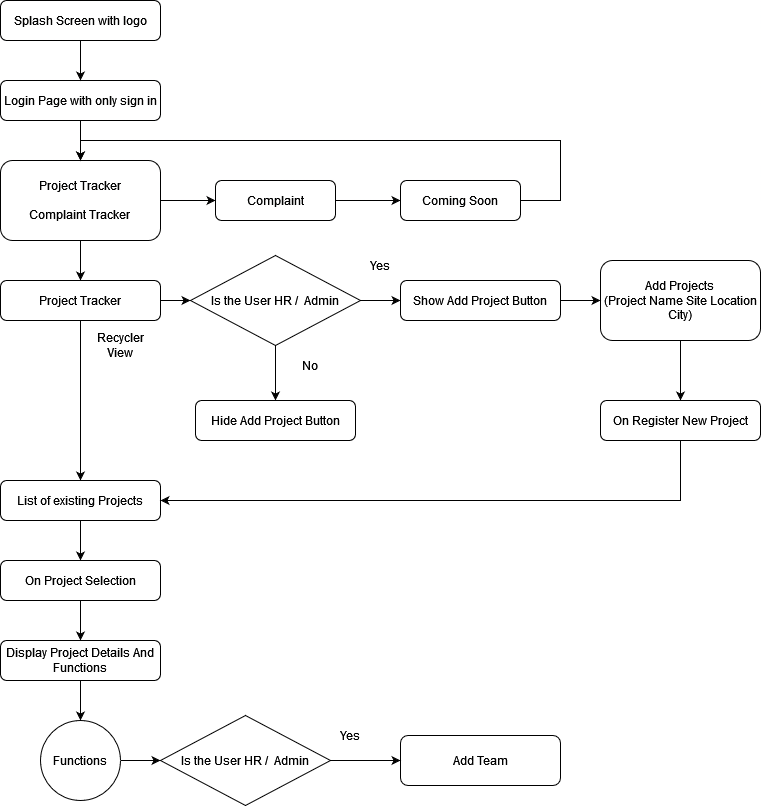
Earlier version of the draw.io export DFD.drawio.png (Flutech-cmr/DataFlowDiagrams). Source tidied: cells renumbered, new cells last; positions are measured from the earlier drawing's top-left corner, leaving out a move shared by most shapes.
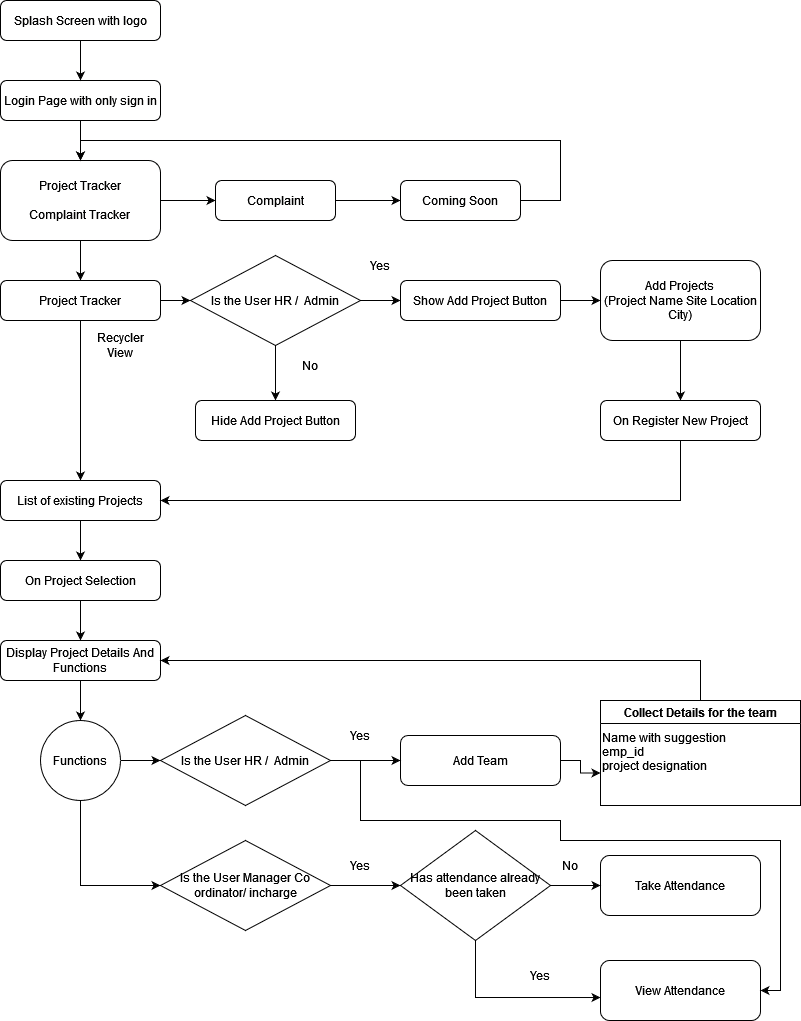
Later version of the same file.

Diff of the diagram source:
```diff
@@ -113,9 +113,19 @@
     <mxCell id="36" style="edgeStyle=orthogonalEdgeStyle;rounded=0;jettySize=auto;html=1;" parent="1" edge="1" source="37" target="40">
       <mxGeometry relative="1" as="geometry" />
     </mxCell>
+    <mxCell id="42" style="edgeStyle=orthogonalEdgeStyle;rounded=0;jettySize=auto;html=1;entryX=0;entryY=0.5;entryDx=0;entryDy=0;" parent="1" edge="1" source="37" target="48">
+      <mxGeometry relative="1" as="geometry">
+        <Array as="points">
+          <mxPoint x="80" y="885" />
+        </Array>
+      </mxGeometry>
+    </mxCell>
     <mxCell id="37" value="Functions" style="ellipse;whiteSpace=wrap;html=1;" parent="1" vertex="1">
       <mxGeometry x="40" y="720" width="80" height="80" as="geometry" />
     </mxCell>
+    <mxCell id="43" style="edgeStyle=orthogonalEdgeStyle;rounded=0;jettySize=auto;html=1;" parent="1" edge="1" source="38" target="46">
+      <mxGeometry relative="1" as="geometry" />
+    </mxCell>
     <mxCell id="38" value="Add Team" style="rounded=1;whiteSpace=wrap;html=1;" parent="1" vertex="1">
       <mxGeometry x="400" y="735" width="160" height="50" as="geometry" />
     </mxCell>
@@ -126,7 +136,65 @@
       <mxGeometry x="160" y="715" width="170" height="90" as="geometry" />
     </mxCell>
     <mxCell id="41" value="Yes" style="text;html=1;strokeColor=none;fillColor=none;align=center;verticalAlign=middle;whiteSpace=wrap;rounded=0;" parent="1" vertex="1">
-      <mxGeometry x="320" y="720" width="60" height="30" as="geometry" />
+      <mxGeometry x="330" y="720" width="60" height="30" as="geometry" />
     </mxCell>
+    <mxCell id="44" style="edgeStyle=orthogonalEdgeStyle;rounded=0;jettySize=auto;html=1;exitX=0.5;exitY=0;exitDx=0;exitDy=0;entryX=1;entryY=0.5;entryDx=0;entryDy=0;" parent="1" edge="1" source="45" target="34">
+      <mxGeometry relative="1" as="geometry" />
+    </mxCell>
+    <mxCell id="45" value="Collect Details for the team" style="swimlane;" parent="1" vertex="1">
+      <mxGeometry x="600" y="700" width="200" height="105" as="geometry" />
+    </mxCell>
+    <mxCell id="46" value="&lt;div align=&quot;left&quot;&gt;Name with suggestion&lt;/div&gt;&lt;div align=&quot;left&quot;&gt;emp_id&lt;/div&gt;&lt;div align=&quot;left&quot;&gt;project designation&lt;/div&gt;&lt;div align=&quot;left&quot;&gt;&lt;br&gt;&lt;/div&gt;&lt;div align=&quot;left&quot;&gt;&lt;br&gt;&lt;/div&gt;&lt;div align=&quot;left&quot;&gt;&lt;br&gt;&lt;/div&gt;" style="text;html=1;strokeColor=none;fillColor=none;align=left;verticalAlign=middle;whiteSpace=wrap;rounded=0;" parent="45" vertex="1">
+      <mxGeometry y="25" width="200" height="95" as="geometry" />
+    </mxCell>
+    <mxCell id="47" style="edgeStyle=orthogonalEdgeStyle;rounded=0;jettySize=auto;html=1;" parent="1" edge="1" source="48">
+      <mxGeometry relative="1" as="geometry">
+        <mxPoint x="400" y="885" as="targetPoint" />
+      </mxGeometry>
+    </mxCell>
+    <mxCell id="48" value="Is the User Manager Co ordinator/ incharge" style="rhombus;whiteSpace=wrap;html=1;" parent="1" vertex="1">
+      <mxGeometry x="160" y="840" width="170" height="90" as="geometry" />
+    </mxCell>
+    <mxCell id="49" value="Yes" style="text;html=1;strokeColor=none;fillColor=none;align=center;verticalAlign=middle;whiteSpace=wrap;rounded=0;" parent="1" vertex="1">
+      <mxGeometry x="330" y="850" width="60" height="30" as="geometry" />
+    </mxCell>
+    <mxCell id="50" value="Take Attendance" style="rounded=1;whiteSpace=wrap;html=1;" parent="1" vertex="1">
+      <mxGeometry x="600" y="855" width="160" height="60" as="geometry" />
+    </mxCell>
+    <mxCell id="51" style="edgeStyle=orthogonalEdgeStyle;rounded=0;jettySize=auto;html=1;" parent="1" edge="1" source="53" target="50">
+      <mxGeometry relative="1" as="geometry" />
+    </mxCell>
+    <mxCell id="52" style="edgeStyle=orthogonalEdgeStyle;rounded=0;jettySize=auto;html=1;entryX=0;entryY=0.617;entryDx=0;entryDy=0;entryPerimeter=0;" parent="1" edge="1" source="53" target="55">
+      <mxGeometry relative="1" as="geometry">
+        <Array as="points">
+          <mxPoint x="475" y="997" />
+        </Array>
+      </mxGeometry>
+    </mxCell>
+    <mxCell id="53" value="Has attendance already been taken" style="rhombus;whiteSpace=wrap;html=1;" parent="1" vertex="1">
+      <mxGeometry x="400" y="830" width="150" height="110" as="geometry" />
+    </mxCell>
+    <mxCell id="54" value="No" style="text;html=1;strokeColor=none;fillColor=none;align=center;verticalAlign=middle;whiteSpace=wrap;rounded=0;" parent="1" vertex="1">
+      <mxGeometry x="540" y="850" width="60" height="30" as="geometry" />
+    </mxCell>
+    <mxCell id="55" value="View Attendance" style="rounded=1;whiteSpace=wrap;html=1;" parent="1" vertex="1">
+      <mxGeometry x="600" y="960" width="160" height="60" as="geometry" />
+    </mxCell>
+    <mxCell id="56" value="Yes" style="text;html=1;strokeColor=none;fillColor=none;align=center;verticalAlign=middle;whiteSpace=wrap;rounded=0;" parent="1" vertex="1">
+      <mxGeometry x="510" y="960" width="60" height="30" as="geometry" />
+    </mxCell>
+    <mxCell id="57" style="endArrow=classic;html=1;rounded=0;entryX=1;entryY=0.5;entryDx=0;entryDy=0;" parent="1" edge="1" target="55">
+      <mxGeometry relative="1" as="geometry">
+        <mxPoint x="360" y="760" as="sourcePoint" />
+        <Array as="points">
+          <mxPoint x="360" y="820" />
+          <mxPoint x="560" y="820" />
+          <mxPoint x="560" y="840" />
+          <mxPoint x="740" y="840" />
+          <mxPoint x="780" y="840" />
+          <mxPoint x="780" y="990" />
+        </Array>
+      </mxGeometry>
+    </mxCell>
   </root>
 </mxGraphModel>
```
